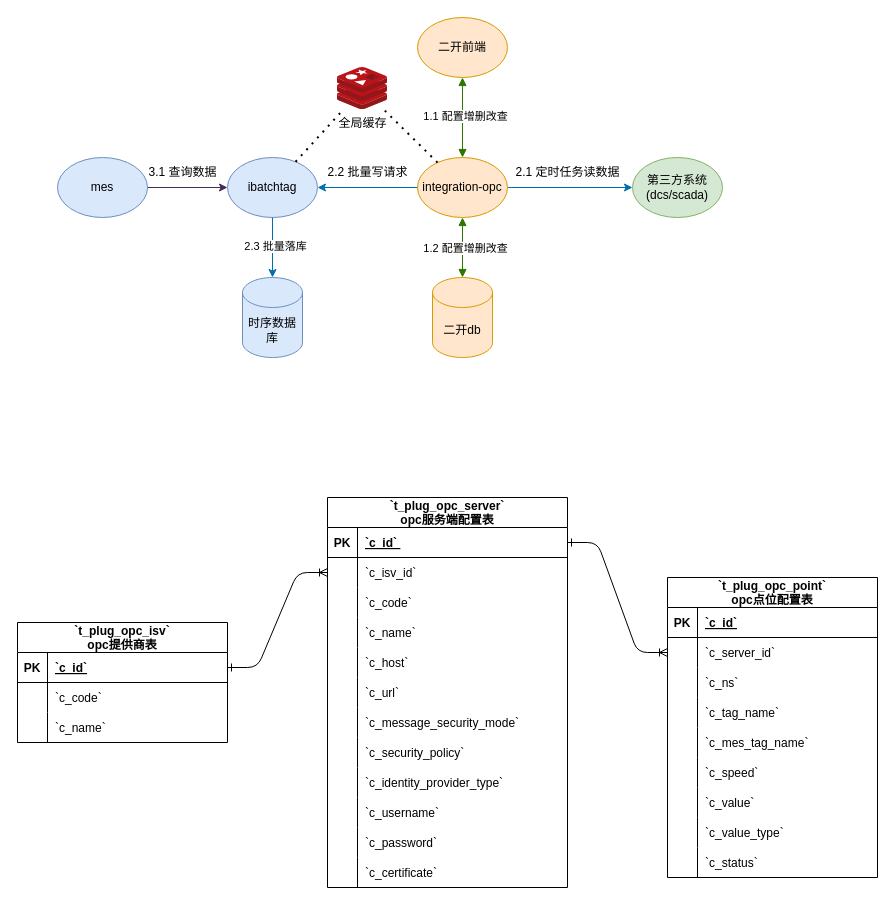
FreshCabbage666/drawio keeps this draw.io diagram as page "opc运行链路" (2 of 2) of mes/第三方api本地缓存.drawio. Above is the earlier version. Source tidied: cells renumbered, new cells numbered last; positions are measured from the earlier drawing's top-left corner, leaving out a move shared by most shapes. Both pictures are drawn from the tidied source at 100%, with x=0, y=0 at pixel (17, 17).
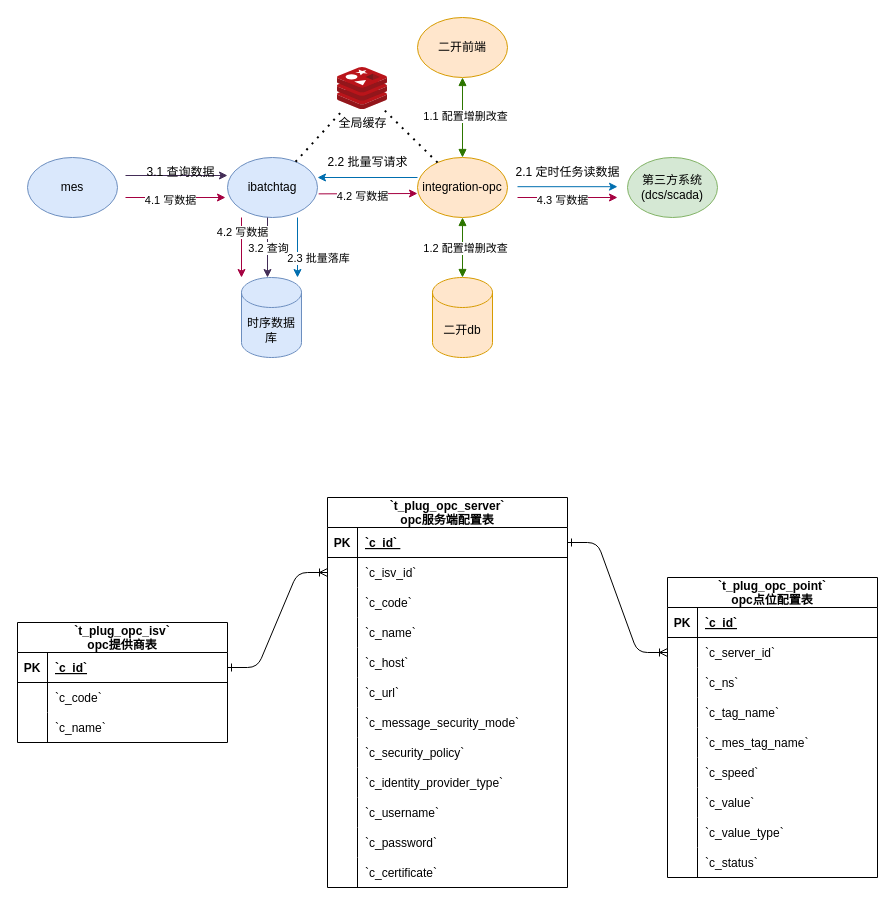
Above is the later version.

Commit message:
更新第三方api本地缓存.drawio

Unchanged cells that the change refers to:
```xml
<mxCell id="6" value="integration-opc" style="ellipse;whiteSpace=wrap;html=1;fillColor=#ffe6cc;strokeColor=#d79b00;" parent="1" vertex="1">
  <mxGeometry x="400" y="140" width="90" height="60" as="geometry" />
</mxCell>
<mxCell id="10" value="ibatchtag" style="ellipse;whiteSpace=wrap;html=1;fillColor=#dae8fc;strokeColor=#6c8ebf;" parent="1" vertex="1">
  <mxGeometry x="210" y="140" width="90" height="60" as="geometry" />
</mxCell>
```

The edit, as a diff of the source:
```diff
@@
     <mxCell id="2" value="时序数据库" style="shape=cylinder3;whiteSpace=wrap;html=1;boundedLbl=1;backgroundOutline=1;size=15;fillColor=#dae8fc;strokeColor=#6c8ebf;" parent="1" vertex="1">
-      <mxGeometry x="225" y="260" width="60" height="80" as="geometry" />
+      <mxGeometry x="224" y="260" width="60" height="80" as="geometry" />
     </mxCell>
-    <mxCell id="3" style="endArrow=none;startArrow=classic;html=1;rounded=0;endFill=0;entryX=1;entryY=0.5;entryDx=0;entryDy=0;fillColor=#76608a;strokeColor=#432D57;" parent="1" edge="1" source="10" target="9">
-      <mxGeometry relative="1" as="geometry" />
+    <mxCell id="3" style="endArrow=none;startArrow=classic;html=1;rounded=0;endFill=0;fillColor=#76608a;strokeColor=#432D57;exitX=1.022;exitY=0.6;exitDx=0;exitDy=0;exitPerimeter=0;" parent="1" edge="1" source="20">
+      <mxGeometry relative="1" as="geometry">
+        <mxPoint x="108" y="158" as="targetPoint" />
+      </mxGeometry>
     </mxCell>
@@
-    <mxCell id="5" style="endArrow=none;startArrow=classic;html=1;rounded=0;endFill=0;fillColor=#1ba1e2;strokeColor=#006EAF;" parent="1" edge="1" source="8" target="6">
-      <mxGeometry relative="1" as="geometry" />
+    <mxCell id="5" style="endArrow=none;startArrow=classic;html=1;rounded=0;endFill=0;fillColor=#1ba1e2;strokeColor=#006EAF;" parent="1" edge="1">
+      <mxGeometry relative="1" as="geometry">
+        <mxPoint x="600" y="169.2" as="sourcePoint" />
+        <mxPoint x="500" y="169.2" as="targetPoint" />
+      </mxGeometry>
     </mxCell>
@@
     <mxCell id="8" value="第三方系统&lt;br&gt;(dcs/scada)" style="ellipse;whiteSpace=wrap;html=1;fillColor=#d5e8d4;strokeColor=#82b366;" parent="1" vertex="1">
-      <mxGeometry x="615" y="140" width="90" height="60" as="geometry" />
+      <mxGeometry x="610" y="140" width="90" height="60" as="geometry" />
     </mxCell>
     <mxCell id="9" value="mes" style="ellipse;whiteSpace=wrap;html=1;fillColor=#dae8fc;strokeColor=#6c8ebf;" parent="1" vertex="1">
-      <mxGeometry x="40" y="140" width="90" height="60" as="geometry" />
+      <mxGeometry x="10" y="140" width="90" height="60" as="geometry" />
     </mxCell>
@@
-    <mxCell id="13" style="endArrow=none;startArrow=classic;html=1;rounded=0;endFill=1;startFill=1;fillColor=#1ba1e2;strokeColor=#006EAF;" parent="1" edge="1" source="2" target="10">
-      <mxGeometry relative="1" as="geometry" />
+    <mxCell id="13" style="endArrow=none;startArrow=classic;html=1;rounded=0;endFill=1;startFill=1;fillColor=#1ba1e2;strokeColor=#006EAF;" parent="1" edge="1">
+      <mxGeometry relative="1" as="geometry">
+        <mxPoint x="280" y="260" as="sourcePoint" />
+        <mxPoint x="280" y="200" as="targetPoint" />
+      </mxGeometry>
     </mxCell>
     <mxCell id="14" value="2.3 批量落库" style="edgeLabel;html=1;align=center;verticalAlign=middle;" parent="13" vertex="1">
-      <mxGeometry x="0.05" y="-2" relative="1" as="geometry" />
+      <mxGeometry x="0.05" y="-2" relative="1" as="geometry">
+        <mxPoint x="18" y="12" as="offset" />
+      </mxGeometry>
     </mxCell>
-    <mxCell id="15" style="endArrow=none;startArrow=classic;html=1;rounded=0;endFill=0;fillColor=#1ba1e2;strokeColor=#006EAF;" parent="1" edge="1" source="10" target="6">
-      <mxGeometry relative="1" as="geometry" />
+    <mxCell id="15" style="endArrow=none;startArrow=classic;html=1;rounded=0;endFill=0;fillColor=#1ba1e2;strokeColor=#006EAF;entryX=1;entryY=1;entryDx=0;entryDy=0;entryPerimeter=0;" parent="1" edge="1" target="16">
+      <mxGeometry relative="1" as="geometry">
+        <mxPoint x="300" y="160" as="sourcePoint" />
+      </mxGeometry>
     </mxCell>
     <mxCell id="16" value="2.2 批量写请求" style="text;html=1;align=center;verticalAlign=middle;points=[];strokeColor=none;fillColor=none;" parent="1" vertex="1">
-      <mxGeometry x="300" y="140" width="100" height="30" as="geometry" />
+      <mxGeometry x="300" y="130" width="100" height="30" as="geometry" />
     </mxCell>
@@
     <mxCell id="20" value="3.1 查询数据" style="text;html=1;align=center;verticalAlign=middle;points=[];strokeColor=none;fillColor=none;" parent="1" vertex="1">
-      <mxGeometry x="120" y="140" width="90" height="30" as="geometry" />
+      <mxGeometry x="118" y="140" width="90" height="30" as="geometry" />
     </mxCell>
@@
+    <mxCell id="101" style="endArrow=none;startArrow=classic;html=1;rounded=0;endFill=0;entryX=0.256;entryY=0.911;entryDx=0;entryDy=0;fillColor=#76608a;strokeColor=#432D57;entryPerimeter=0;" parent="1" edge="1">
+      <mxGeometry relative="1" as="geometry">
+        <mxPoint x="250" y="260" as="sourcePoint" />
+        <mxPoint x="250" y="200" as="targetPoint" />
+      </mxGeometry>
+    </mxCell>
+    <mxCell id="102" value="3.2 查询" style="edgeLabel;html=1;align=center;verticalAlign=middle;" parent="101" vertex="1">
+      <mxGeometry x="0.54" relative="1" as="geometry">
+        <mxPoint y="16" as="offset" />
+      </mxGeometry>
+    </mxCell>
+    <mxCell id="103" style="endArrow=none;startArrow=classic;html=1;rounded=0;endFill=0;fillColor=#d80073;strokeColor=#A50040;" parent="1" edge="1">
+      <mxGeometry relative="1" as="geometry">
+        <mxPoint x="208" y="180" as="sourcePoint" />
+        <mxPoint x="108" y="180" as="targetPoint" />
+      </mxGeometry>
+    </mxCell>
+    <mxCell id="104" value="4.1 写数据" style="edgeLabel;html=1;align=center;verticalAlign=middle;" parent="103" vertex="1">
+      <mxGeometry x="0.13" y="2" relative="1" as="geometry" />
+    </mxCell>
+    <mxCell id="105" style="endArrow=none;startArrow=classic;html=1;rounded=0;endFill=0;entryX=0.256;entryY=0.911;entryDx=0;entryDy=0;fillColor=#d80073;strokeColor=#A50040;entryPerimeter=0;" parent="1" edge="1">
+      <mxGeometry relative="1" as="geometry">
+        <mxPoint x="224" y="260" as="sourcePoint" />
+        <mxPoint x="224" y="200" as="targetPoint" />
+      </mxGeometry>
+    </mxCell>
+    <mxCell id="106" value="4.2 写数据" style="edgeLabel;html=1;align=center;verticalAlign=middle;" parent="105" vertex="1">
+      <mxGeometry x="0.54" relative="1" as="geometry" />
+    </mxCell>
+    <mxCell id="107" style="endArrow=none;startArrow=classic;html=1;rounded=0;endFill=0;entryX=1.013;entryY=0.606;entryDx=0;entryDy=0;fillColor=#d80073;strokeColor=#A50040;entryPerimeter=0;" parent="1" edge="1" target="10">
+      <mxGeometry relative="1" as="geometry">
+        <mxPoint x="400" y="176" as="sourcePoint" />
+      </mxGeometry>
+    </mxCell>
+    <mxCell id="108" value="4.2 写数据" style="edgeLabel;html=1;align=center;verticalAlign=middle;" parent="107" vertex="1">
+      <mxGeometry x="0.13" y="2" relative="1" as="geometry" />
+    </mxCell>
+    <mxCell id="109" style="endArrow=none;startArrow=classic;html=1;rounded=0;endFill=0;fillColor=#d80073;strokeColor=#A50040;" parent="1" edge="1">
+      <mxGeometry relative="1" as="geometry">
+        <mxPoint x="600" y="180" as="sourcePoint" />
+        <mxPoint x="500" y="180" as="targetPoint" />
+      </mxGeometry>
+    </mxCell>
+    <mxCell id="110" value="4.3 写数据" style="edgeLabel;html=1;align=center;verticalAlign=middle;" parent="109" vertex="1">
+      <mxGeometry x="0.13" y="2" relative="1" as="geometry" />
+    </mxCell>
```
